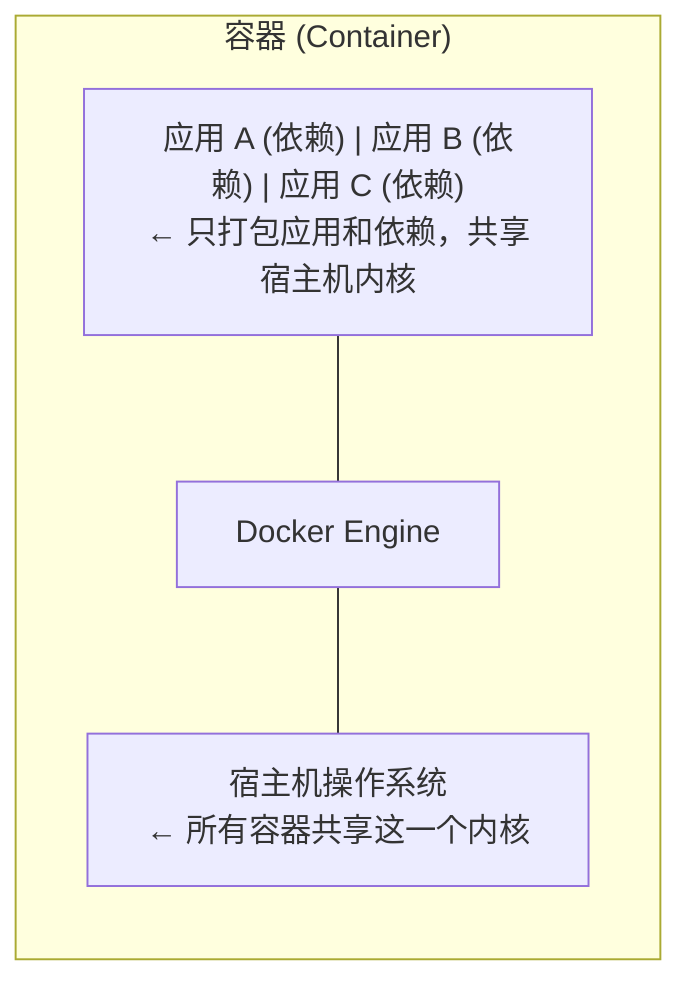
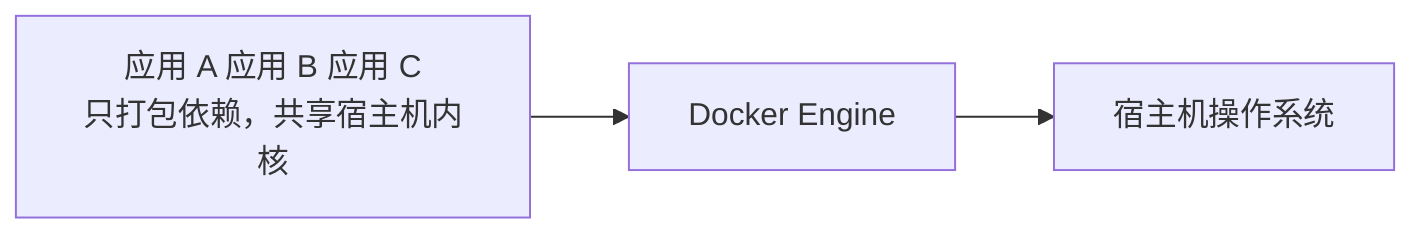
graph LR
-     subgraph "容器 (Container)"
-         direction TB
-         C_Apps["应用 A (依赖) | 应用 B (依赖) | 应用 C (依赖)<br/>← 只打包应用和依赖，共享宿主机内核"]
-         C_Engine["Docker Engine"]
-         C_Host["宿主机操作系统<br/>← 所有容器共享这一个内核"]
-         C_Apps --- C_Engine --- C_Host
-     end+     C1["应用 A 应用 B 应用 C<br/>只打包依赖，共享宿主机内核"] --> C2["Docker Engine"]
+     C2 --> C3["宿主机操作系统"]
